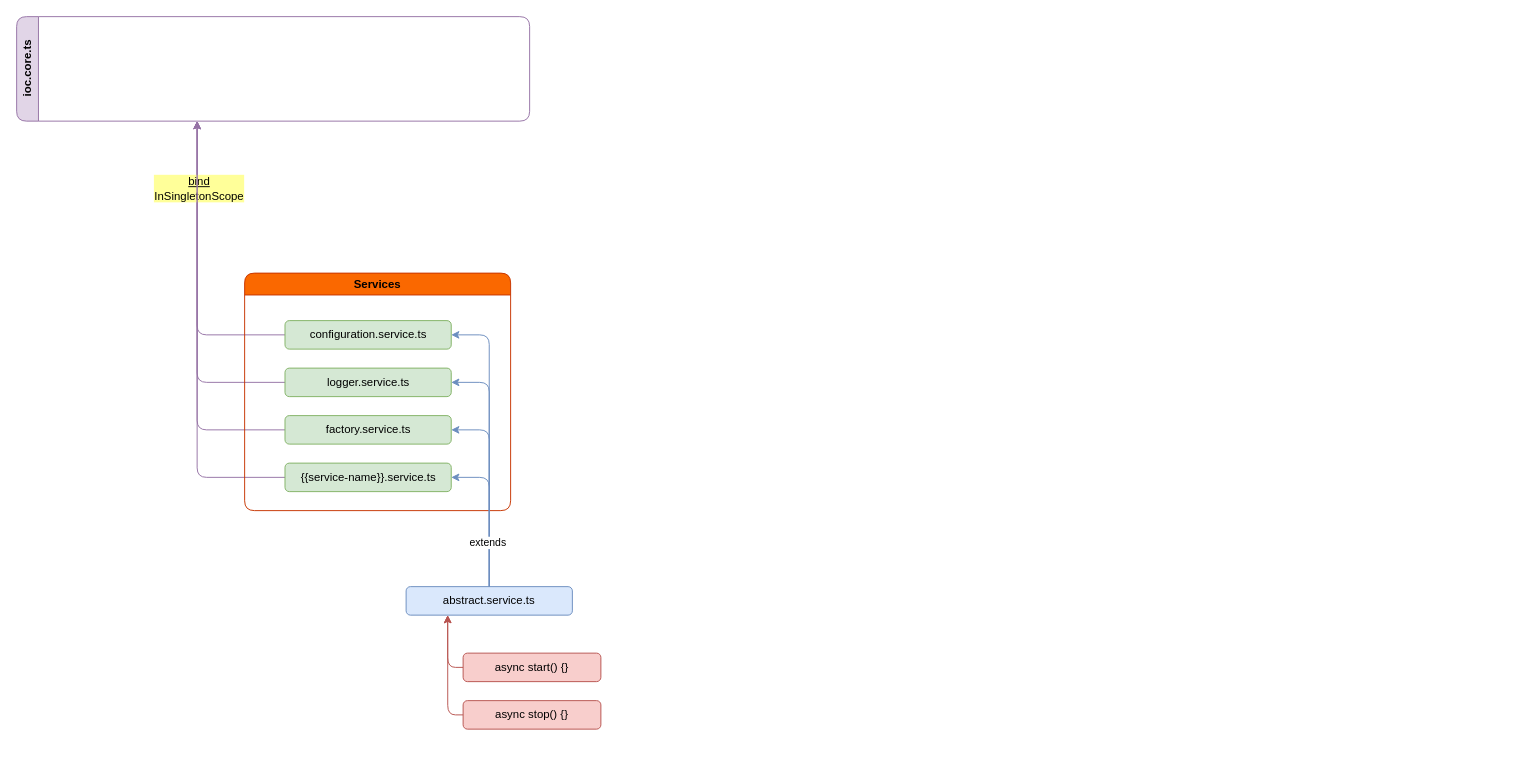
This is documentation/server-platform/Диаграмма без названия.drawio from Avelate/avelate-documentation, a draw.io file, before an edit. Source tidied: cells renumbered, new cells numbered last; positions are measured from the earlier drawing's top-left corner, leaving out a move shared by most shapes. Both pictures are drawn from the tidied source at 95%, with x=0, y=0 at pixel (16, 16).
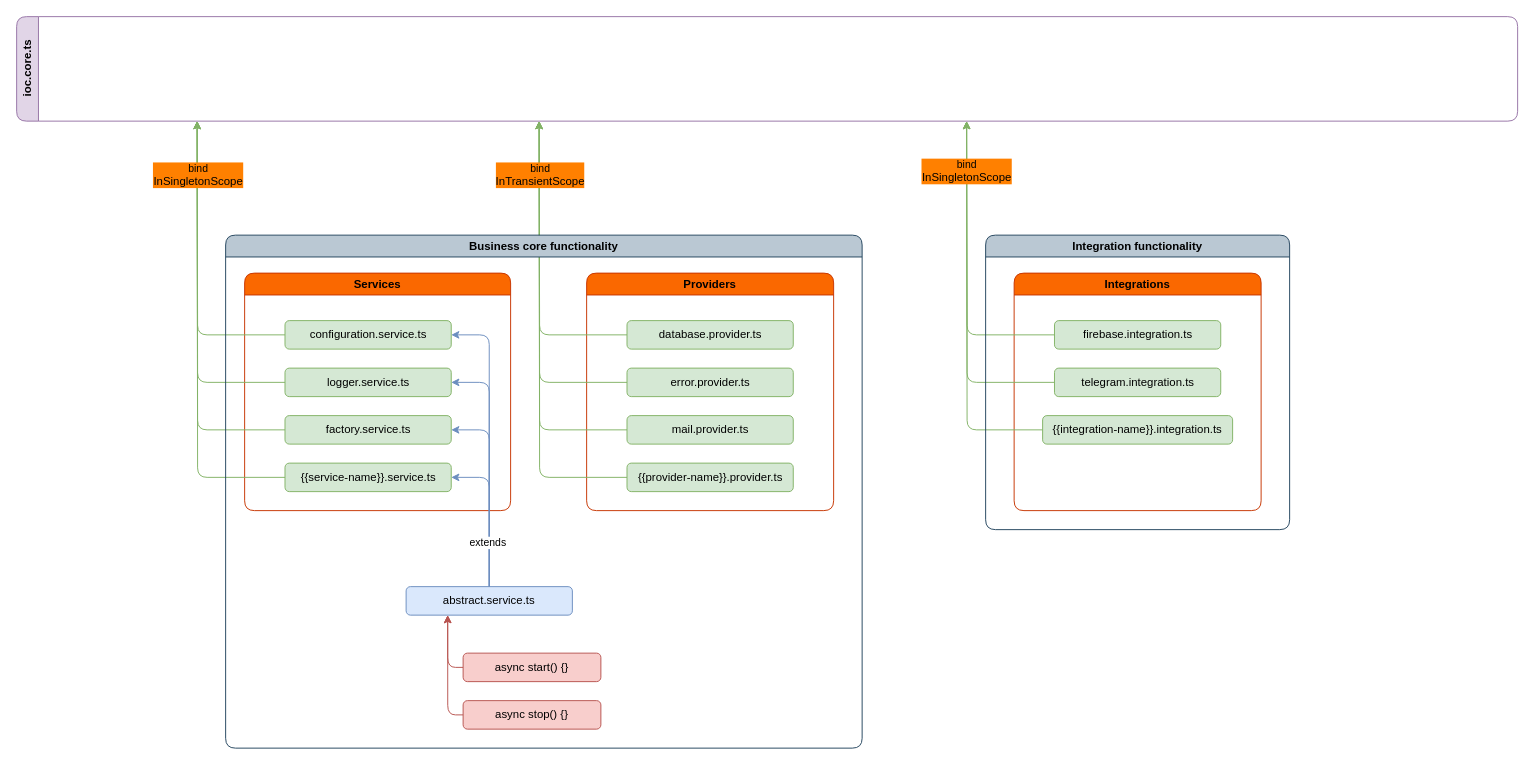
Above is the later version.

The change refers to these unchanged cells:
```xml
<mxCell id="7" value="Services" style="swimlane;whiteSpace=wrap;html=1;fillColor=#fa6800;strokeColor=#C73500;fontColor=#000000;rounded=1;" parent="1" vertex="1">
  <mxGeometry x="240" y="270" width="280" height="250" as="geometry" />
</mxCell>
<mxCell id="8" value="logger.service.ts" style="rounded=1;whiteSpace=wrap;html=1;fillColor=#d5e8d4;strokeColor=#82b366;" parent="7" vertex="1">
  <mxGeometry x="42.5" y="100" width="175" height="30" as="geometry" />
</mxCell>
<mxCell id="9" value="configuration.service.ts" style="rounded=1;whiteSpace=wrap;html=1;fillColor=#d5e8d4;strokeColor=#82b366;" parent="7" vertex="1">
  <mxGeometry x="42.5" y="50" width="175" height="30" as="geometry" />
</mxCell>
<mxCell id="10" value="factory.service.ts" style="rounded=1;whiteSpace=wrap;html=1;fillColor=#d5e8d4;strokeColor=#82b366;" parent="7" vertex="1">
  <mxGeometry x="42.5" y="150" width="175" height="30" as="geometry" />
</mxCell>
<mxCell id="11" value="{{service-name}}.service.ts" style="rounded=1;whiteSpace=wrap;html=1;fillColor=#d5e8d4;strokeColor=#82b366;" parent="7" vertex="1">
  <mxGeometry x="42.5" y="200" width="175" height="30" as="geometry" />
</mxCell>
```

Change to the diagram source:
```diff
@@
-    <mxCell id="2" style="endArrow=classic;html=1;rounded=1;exitX=0;exitY=0.5;exitDx=0;exitDy=0;fillColor=#e1d5e7;strokeColor=#9673a6;" parent="1" edge="1">
-      <mxGeometry relative="1" as="geometry">
-        <mxPoint x="283" y="435" as="sourcePoint" />
-        <mxPoint x="190" y="110" as="targetPoint" />
-        <Array as="points">
-          <mxPoint x="190" y="435" />
-        </Array>
-      </mxGeometry>
-    </mxCell>
-    <mxCell id="3" style="endArrow=classic;html=1;rounded=1;exitX=0;exitY=0.5;exitDx=0;exitDy=0;fillColor=#e1d5e7;strokeColor=#9673a6;" parent="1" edge="1" source="9">
-      <mxGeometry relative="1" as="geometry">
-        <mxPoint x="190" y="110" as="targetPoint" />
-        <Array as="points">
-          <mxPoint x="190" y="335" />
-        </Array>
-      </mxGeometry>
-    </mxCell>
-    <mxCell id="4" value="&lt;font style=&quot;font-size: 12px;&quot;&gt;&lt;u&gt;bind&lt;/u&gt;&lt;br&gt;InSingletonScope&lt;/font&gt;" style="edgeLabel;html=1;align=center;verticalAlign=middle;labelBackgroundColor=#FFFF99;" parent="3" vertex="1">
-      <mxGeometry x="0.56" y="-1" relative="1" as="geometry">
-        <mxPoint y="1" as="offset" />
-      </mxGeometry>
-    </mxCell>
-    <mxCell id="5" style="endArrow=classic;html=1;rounded=1;exitX=0;exitY=0.5;exitDx=0;exitDy=0;fillColor=#e1d5e7;strokeColor=#9673a6;" parent="1" edge="1" source="8">
-      <mxGeometry relative="1" as="geometry">
-        <mxPoint x="190" y="110" as="targetPoint" />
-        <Array as="points">
-          <mxPoint x="190" y="385" />
-        </Array>
-      </mxGeometry>
-    </mxCell>
-    <mxCell id="6" style="endArrow=classic;html=1;rounded=1;exitX=0;exitY=0.5;exitDx=0;exitDy=0;fillColor=#e1d5e7;strokeColor=#9673a6;" parent="1" edge="1">
-      <mxGeometry relative="1" as="geometry">
-        <mxPoint x="283" y="485" as="sourcePoint" />
-        <mxPoint x="190" y="110" as="targetPoint" />
-        <Array as="points">
-          <mxPoint x="190" y="485" />
-        </Array>
-      </mxGeometry>
-    </mxCell>
@@
+    <mxCell id="23" style="edgeStyle=orthogonalEdgeStyle;rounded=1;jettySize=auto;html=1;fillColor=#d5e8d4;strokeColor=#82b366;" parent="7" edge="1" source="8">
+      <mxGeometry relative="1" as="geometry">
+        <mxPoint x="-50" y="-160" as="targetPoint" />
+      </mxGeometry>
+    </mxCell>
@@
+    <mxCell id="24" style="edgeStyle=orthogonalEdgeStyle;rounded=1;jettySize=auto;html=1;fillColor=#d5e8d4;strokeColor=#82b366;" parent="7" edge="1" source="9">
+      <mxGeometry relative="1" as="geometry">
+        <mxPoint x="-50" y="-160" as="targetPoint" />
+      </mxGeometry>
+    </mxCell>
@@
+    <mxCell id="25" style="edgeStyle=orthogonalEdgeStyle;rounded=1;jettySize=auto;html=1;exitX=0;exitY=0.5;exitDx=0;exitDy=0;fillColor=#d5e8d4;strokeColor=#82b366;" parent="7" edge="1" source="10">
+      <mxGeometry relative="1" as="geometry">
+        <mxPoint x="-50" y="-160" as="targetPoint" />
+      </mxGeometry>
+    </mxCell>
@@
+    <mxCell id="26" style="edgeStyle=orthogonalEdgeStyle;rounded=1;jettySize=auto;html=1;fillColor=#d5e8d4;strokeColor=#82b366;" parent="7" edge="1" source="11">
+      <mxGeometry relative="1" as="geometry">
+        <mxPoint x="-50" y="-160" as="targetPoint" />
+      </mxGeometry>
+    </mxCell>
+    <mxCell id="27" value="&lt;span style=&quot;&quot;&gt;bind&lt;br style=&quot;border-color: var(--border-color); font-size: 12px;&quot;&gt;&lt;span style=&quot;font-size: 12px;&quot;&gt;InSingletonScope&lt;/span&gt;&lt;/span&gt;" style="edgeLabel;html=1;align=center;verticalAlign=middle;labelBackgroundColor=#FF8000;" parent="26" vertex="1">
+      <mxGeometry x="0.76" relative="1" as="geometry" />
+    </mxCell>
@@
     <mxCell id="12" value="ioc.core.ts" style="swimlane;horizontal=0;whiteSpace=wrap;html=1;rounded=1;fillColor=#e1d5e7;strokeColor=#9673a6;" parent="1" vertex="1">
-      <mxGeometry width="540" height="110" as="geometry" />
+      <mxGeometry width="1580" height="110" as="geometry" />
     </mxCell>
@@
+    <mxCell id="28" value="Providers" style="swimlane;whiteSpace=wrap;html=1;fillColor=#fa6800;strokeColor=#C73500;fontColor=#000000;rounded=1;" parent="1" vertex="1">
+      <mxGeometry x="600" y="270" width="260" height="250" as="geometry" />
+    </mxCell>
+    <mxCell id="29" style="edgeStyle=orthogonalEdgeStyle;rounded=1;jettySize=auto;html=1;fillColor=#d5e8d4;strokeColor=#82b366;" parent="28" edge="1" source="30">
+      <mxGeometry relative="1" as="geometry">
+        <mxPoint x="-50" y="-160" as="targetPoint" />
+      </mxGeometry>
+    </mxCell>
+    <mxCell id="30" value="error.provider.ts" style="rounded=1;whiteSpace=wrap;html=1;fillColor=#d5e8d4;strokeColor=#82b366;" parent="28" vertex="1">
+      <mxGeometry x="42.5" y="100" width="175" height="30" as="geometry" />
+    </mxCell>
+    <mxCell id="31" style="edgeStyle=orthogonalEdgeStyle;rounded=1;jettySize=auto;html=1;fillColor=#d5e8d4;strokeColor=#82b366;" parent="28" edge="1" source="32">
+      <mxGeometry relative="1" as="geometry">
+        <mxPoint x="-50" y="-160" as="targetPoint" />
+      </mxGeometry>
+    </mxCell>
+    <mxCell id="32" value="database.provider.ts" style="rounded=1;whiteSpace=wrap;html=1;fillColor=#d5e8d4;strokeColor=#82b366;" parent="28" vertex="1">
+      <mxGeometry x="42.5" y="50" width="175" height="30" as="geometry" />
+    </mxCell>
+    <mxCell id="33" style="edgeStyle=orthogonalEdgeStyle;rounded=1;jettySize=auto;html=1;exitX=0;exitY=0.5;exitDx=0;exitDy=0;fillColor=#d5e8d4;strokeColor=#82b366;" parent="28" edge="1" source="34">
+      <mxGeometry relative="1" as="geometry">
+        <mxPoint x="-50" y="-160" as="targetPoint" />
+      </mxGeometry>
+    </mxCell>
+    <mxCell id="34" value="mail.provider.ts" style="rounded=1;whiteSpace=wrap;html=1;fillColor=#d5e8d4;strokeColor=#82b366;" parent="28" vertex="1">
+      <mxGeometry x="42.5" y="150" width="175" height="30" as="geometry" />
+    </mxCell>
+    <mxCell id="35" style="edgeStyle=orthogonalEdgeStyle;rounded=1;jettySize=auto;html=1;fillColor=#d5e8d4;strokeColor=#82b366;" parent="28" edge="1" source="37">
+      <mxGeometry relative="1" as="geometry">
+        <mxPoint x="-50" y="-160" as="targetPoint" />
+      </mxGeometry>
+    </mxCell>
+    <mxCell id="36" value="&lt;span style=&quot;&quot;&gt;bind&lt;br style=&quot;border-color: var(--border-color); font-size: 12px;&quot;&gt;&lt;span style=&quot;font-size: 12px;&quot;&gt;InTransientScope&lt;/span&gt;&lt;/span&gt;" style="edgeLabel;html=1;align=center;verticalAlign=middle;labelBackgroundColor=#FF8000;" parent="35" vertex="1">
+      <mxGeometry x="0.76" relative="1" as="geometry" />
+    </mxCell>
+    <mxCell id="37" value="{{provider-name}}.provider.ts" style="rounded=1;whiteSpace=wrap;html=1;fillColor=#d5e8d4;strokeColor=#82b366;" parent="28" vertex="1">
+      <mxGeometry x="42.5" y="200" width="175" height="30" as="geometry" />
+    </mxCell>
+    <mxCell id="38" value="Business core functionality" style="swimlane;whiteSpace=wrap;html=1;rounded=1;fillColor=#bac8d3;strokeColor=#23445d;" parent="1" vertex="1">
+      <mxGeometry x="220" y="230" width="670" height="540" as="geometry" />
+    </mxCell>
+    <mxCell id="39" value="Integrations" style="swimlane;whiteSpace=wrap;html=1;fillColor=#fa6800;strokeColor=#C73500;fontColor=#000000;rounded=1;" parent="1" vertex="1">
+      <mxGeometry x="1050" y="270" width="260" height="250" as="geometry" />
+    </mxCell>
+    <mxCell id="40" style="edgeStyle=orthogonalEdgeStyle;rounded=1;jettySize=auto;html=1;fillColor=#d5e8d4;strokeColor=#82b366;" parent="39" edge="1" source="41">
+      <mxGeometry relative="1" as="geometry">
+        <mxPoint x="-50" y="-160" as="targetPoint" />
+      </mxGeometry>
+    </mxCell>
+    <mxCell id="41" value="telegram.integration.ts" style="rounded=1;whiteSpace=wrap;html=1;fillColor=#d5e8d4;strokeColor=#82b366;" parent="39" vertex="1">
+      <mxGeometry x="42.5" y="100" width="175" height="30" as="geometry" />
+    </mxCell>
+    <mxCell id="42" style="edgeStyle=orthogonalEdgeStyle;rounded=1;jettySize=auto;html=1;fillColor=#d5e8d4;strokeColor=#82b366;" parent="39" edge="1" source="43">
+      <mxGeometry relative="1" as="geometry">
+        <mxPoint x="-50" y="-160" as="targetPoint" />
+      </mxGeometry>
+    </mxCell>
+    <mxCell id="43" value="firebase.integration.ts" style="rounded=1;whiteSpace=wrap;html=1;fillColor=#d5e8d4;strokeColor=#82b366;" parent="39" vertex="1">
+      <mxGeometry x="42.5" y="50" width="175" height="30" as="geometry" />
+    </mxCell>
+    <mxCell id="44" style="edgeStyle=orthogonalEdgeStyle;rounded=1;jettySize=auto;html=1;exitX=0;exitY=0.5;exitDx=0;exitDy=0;fillColor=#d5e8d4;strokeColor=#82b366;" parent="39" edge="1" source="47">
+      <mxGeometry relative="1" as="geometry">
+        <mxPoint x="-50" y="-160" as="targetPoint" />
+      </mxGeometry>
+    </mxCell>
+    <mxCell id="45" value="bind&lt;br style=&quot;border-color: var(--border-color); font-size: 12px;&quot;&gt;&lt;span style=&quot;border-color: var(--border-color); font-size: 12px;&quot;&gt;InSingletonScope&lt;/span&gt;" style="edgeLabel;html=1;align=center;verticalAlign=middle;labelBackgroundColor=#FF8000;" parent="44" vertex="1">
+      <mxGeometry x="0.74" y="1" relative="1" as="geometry" />
+    </mxCell>
+    <mxCell id="46" value="Integration functionality" style="swimlane;whiteSpace=wrap;html=1;rounded=1;fillColor=#bac8d3;strokeColor=#23445d;" parent="1" vertex="1">
+      <mxGeometry x="1020" y="230" width="320" height="310" as="geometry" />
+    </mxCell>
+    <mxCell id="47" value="{{integration-name}}.integration.ts" style="rounded=1;whiteSpace=wrap;html=1;fillColor=#d5e8d4;strokeColor=#82b366;" parent="46" vertex="1">
+      <mxGeometry x="60" y="190" width="200" height="30" as="geometry" />
+    </mxCell>
```
